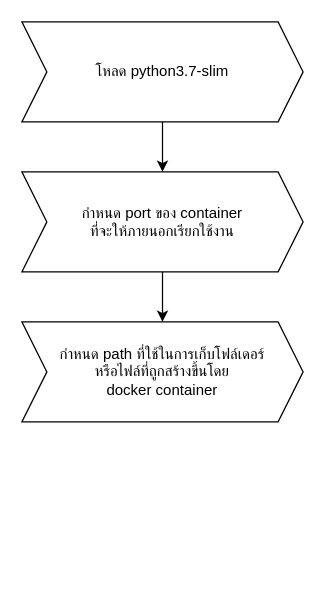
The draw.io diagram docker_build.drawio in KENGKKUN/test_python, before the edit. Source tidied: cells renumbered, new cells numbered last; positions are measured from the earlier drawing's top-left corner, leaving out a move shared by most shapes. Both pictures are drawn from the tidied source at 125%, with x=0, y=0 at pixel (21, 21).
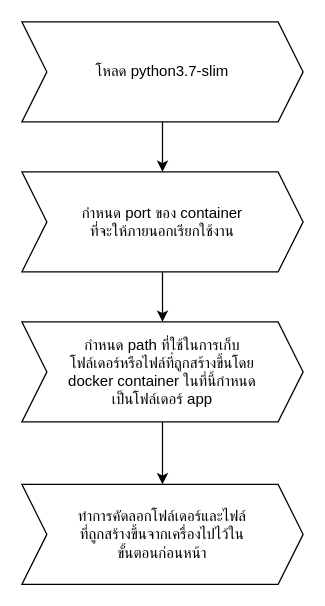
After the change.

What changed in the source:
```diff
@@
 <mxGraphModel>
   <root>
     <mxCell id="0" />
     <mxCell id="1" parent="0" />
     <mxCell id="2" style="edgeStyle=orthogonalEdgeStyle;rounded=0;jettySize=auto;html=1;entryX=0.5;entryY=0;entryDx=0;entryDy=0;" parent="1" edge="1" source="3" target="5">
       <mxGeometry relative="1" as="geometry" />
     </mxCell>
     <mxCell id="3" value="โหลด python3.7-slim" style="shape=step;perimeter=stepPerimeter;whiteSpace=wrap;html=1;fixedSize=1;" parent="1" vertex="1">
       <mxGeometry width="225" height="80" as="geometry" />
     </mxCell>
     <mxCell id="4" style="edgeStyle=orthogonalEdgeStyle;rounded=0;jettySize=auto;html=1;entryX=0.5;entryY=0;entryDx=0;entryDy=0;" parent="1" edge="1" source="5" target="6">
       <mxGeometry relative="1" as="geometry" />
     </mxCell>
     <mxCell id="5" value="กำหนด port ของ container&lt;br&gt;ที่จะให้ภายนอกเรียกใช้งาน" style="shape=step;perimeter=stepPerimeter;whiteSpace=wrap;html=1;fixedSize=1;" parent="1" vertex="1">
       <mxGeometry y="120" width="225" height="80" as="geometry" />
     </mxCell>
+    <mxCell id="7" style="edgeStyle=orthogonalEdgeStyle;rounded=0;jettySize=auto;html=1;exitX=0.5;exitY=1;exitDx=0;exitDy=0;entryX=0.5;entryY=0;entryDx=0;entryDy=0;" parent="1" edge="1" source="6" target="8">
+      <mxGeometry relative="1" as="geometry" />
+    </mxCell>
-    <mxCell id="6" value="กำหนด path ที่ใช้ในการเก็บโฟล์เดอร์&lt;br&gt;หรือไฟล์ที่ถูกสร้างขึ้นโดย &lt;br&gt;docker container" style="shape=step;perimeter=stepPerimeter;whiteSpace=wrap;html=1;fixedSize=1;" parent="1" vertex="1">
+    <mxCell id="6" value="กำหนด path ที่ใช้ในการเก็บ&lt;br&gt;โฟล์เดอร์หรือไฟล์ที่ถูกสร้างขึ้นโดย &lt;br&gt;docker container ในที่นี้กำหนด&lt;br&gt;เป็นโฟล์เดอร์ app" style="shape=step;perimeter=stepPerimeter;whiteSpace=wrap;html=1;fixedSize=1;" parent="1" vertex="1">
       <mxGeometry y="240" width="225" height="80" as="geometry" />
     </mxCell>
+    <mxCell id="8" value="ทำการคัดลอกโฟล์เดอร์และไฟล์&lt;br&gt;ที่ถูกสร้างขึ้นจากเครื่องไปไว้ใน&lt;br&gt;ขั้นตอนก่อนหน้า" style="shape=step;perimeter=stepPerimeter;whiteSpace=wrap;html=1;fixedSize=1;" parent="1" vertex="1">
+      <mxGeometry y="370" width="225" height="80" as="geometry" />
+    </mxCell>
   </root>
 </mxGraphModel>
```
